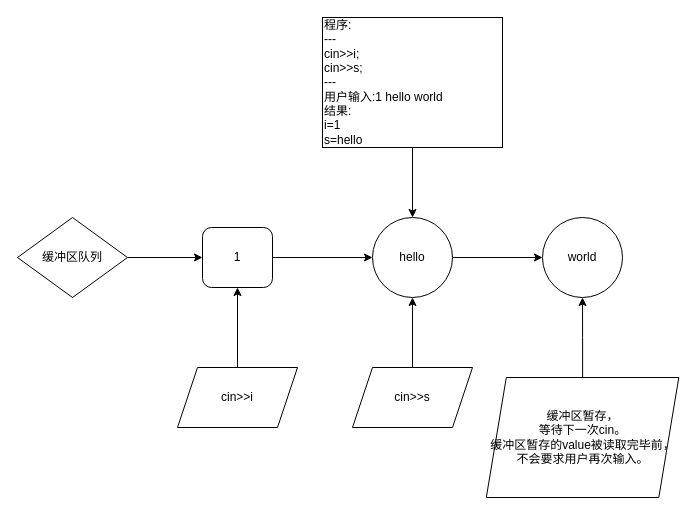
MrXnneHang/drawio keeps this draw.io diagram as 未命名绘图.drawio. Above is the earlier version. Source tidied: cells renumbered, new cells numbered last; positions are measured from the earlier drawing's top-left corner, leaving out a move shared by most shapes. Both pictures are drawn from the tidied source at 100%, with x=0, y=0 at pixel (17, 17).
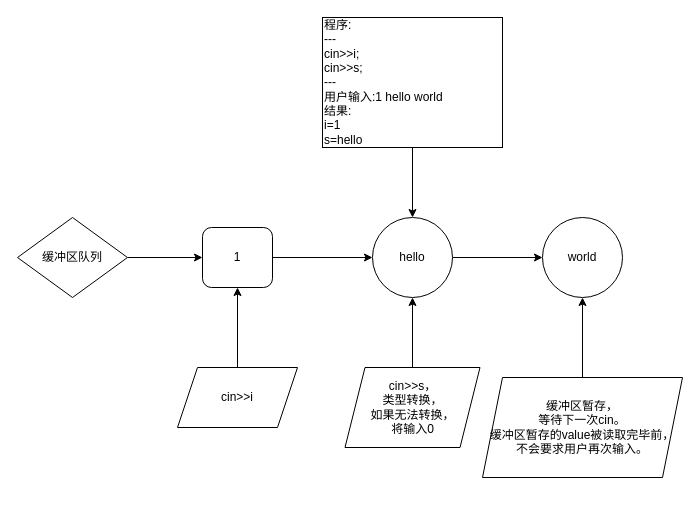
After the change.

Commit message (it also covers changes not shown here):
更新未命名绘图.drawio

Diff of the diagram source:
```diff
@@
 <mxGraphModel>
   <root>
     <mxCell id="0" />
     <mxCell id="1" parent="0" />
     <mxCell id="2" style="edgeStyle=orthogonalEdgeStyle;rounded=0;jettySize=auto;html=1;" parent="1" edge="1" source="3" target="5">
       <mxGeometry relative="1" as="geometry" />
     </mxCell>
     <mxCell id="3" value="1" style="rounded=1;whiteSpace=wrap;html=1;" parent="1" vertex="1">
       <mxGeometry x="185" y="210" width="70" height="60" as="geometry" />
     </mxCell>
     <mxCell id="4" style="edgeStyle=orthogonalEdgeStyle;rounded=0;jettySize=auto;html=1;" parent="1" edge="1" source="5" target="6">
       <mxGeometry relative="1" as="geometry" />
     </mxCell>
     <mxCell id="5" value="hello" style="ellipse;whiteSpace=wrap;html=1;" parent="1" vertex="1">
       <mxGeometry x="355" y="200" width="80" height="80" as="geometry" />
     </mxCell>
     <mxCell id="6" value="world" style="ellipse;whiteSpace=wrap;html=1;" parent="1" vertex="1">
       <mxGeometry x="525" y="200" width="80" height="80" as="geometry" />
     </mxCell>
     <mxCell id="7" style="edgeStyle=orthogonalEdgeStyle;rounded=0;jettySize=auto;html=1;" parent="1" edge="1" source="8" target="3">
       <mxGeometry relative="1" as="geometry" />
     </mxCell>
     <mxCell id="8" value="cin&amp;gt;&amp;gt;i" style="shape=parallelogram;perimeter=parallelogramPerimeter;whiteSpace=wrap;html=1;fixedSize=1;" parent="1" vertex="1">
       <mxGeometry x="160" y="350" width="120" height="60" as="geometry" />
     </mxCell>
     <mxCell id="9" style="edgeStyle=orthogonalEdgeStyle;rounded=0;jettySize=auto;html=1;" parent="1" edge="1" source="10" target="5">
       <mxGeometry relative="1" as="geometry" />
     </mxCell>
     <mxCell id="10" value="&lt;div&gt;程序:&lt;/div&gt;&lt;div&gt;---&lt;/div&gt;cin&amp;gt;&amp;gt;i;&lt;div&gt;cin&amp;gt;&amp;gt;s;&lt;/div&gt;&lt;div&gt;---&lt;/div&gt;&lt;div&gt;用户输入:1 hello world&lt;/div&gt;&lt;div&gt;结果:&lt;/div&gt;&lt;div&gt;i=1&lt;/div&gt;&lt;div&gt;s=hello&lt;/div&gt;" style="rounded=0;whiteSpace=wrap;html=1;align=left;" parent="1" vertex="1">
       <mxGeometry x="305" width="180" height="130" as="geometry" />
     </mxCell>
     <mxCell id="11" style="edgeStyle=orthogonalEdgeStyle;rounded=0;jettySize=auto;html=1;" parent="1" edge="1" source="12" target="5">
       <mxGeometry relative="1" as="geometry" />
     </mxCell>
-    <mxCell id="12" value="cin&amp;gt;&amp;gt;s" style="shape=parallelogram;perimeter=parallelogramPerimeter;whiteSpace=wrap;html=1;fixedSize=1;" parent="1" vertex="1">
-      <mxGeometry x="335" y="350" width="120" height="60" as="geometry" />
+    <mxCell id="12" value="cin&amp;gt;&amp;gt;s，&lt;div&gt;类型转换，&lt;/div&gt;&lt;div&gt;如果无法转换，&lt;/div&gt;&lt;div&gt;将输入0&lt;/div&gt;" style="shape=parallelogram;perimeter=parallelogramPerimeter;whiteSpace=wrap;html=1;fixedSize=1;" parent="1" vertex="1">
+      <mxGeometry x="327.5" y="350" width="135" height="80" as="geometry" />
     </mxCell>
     <mxCell id="13" style="edgeStyle=orthogonalEdgeStyle;rounded=0;jettySize=auto;html=1;" parent="1" edge="1" source="14" target="3">
       <mxGeometry relative="1" as="geometry" />
     </mxCell>
     <mxCell id="14" value="缓冲区队列" style="rhombus;whiteSpace=wrap;html=1;" parent="1" vertex="1">
       <mxGeometry y="200" width="110" height="80" as="geometry" />
     </mxCell>
     <mxCell id="15" style="edgeStyle=orthogonalEdgeStyle;rounded=0;jettySize=auto;html=1;" parent="1" edge="1" source="16" target="6">
       <mxGeometry relative="1" as="geometry" />
     </mxCell>
-    <mxCell id="16" value="缓冲区暂存，&lt;div&gt;等待下一次cin。&lt;/div&gt;&lt;div&gt;缓冲区暂存的value被读取完毕前，不会要求用户再次输入。&lt;/div&gt;" style="shape=parallelogram;perimeter=parallelogramPerimeter;whiteSpace=wrap;html=1;fixedSize=1;" parent="1" vertex="1">
-      <mxGeometry x="468.8" y="360" width="192.5" height="120" as="geometry" />
+    <mxCell id="16" value="缓冲区暂存，&lt;div&gt;等待下一次cin。&lt;/div&gt;&lt;div&gt;缓冲区暂存的value被读取完毕前，&lt;/div&gt;&lt;div&gt;不会要求用户再次输入。&lt;/div&gt;" style="shape=parallelogram;perimeter=parallelogramPerimeter;whiteSpace=wrap;html=1;fixedSize=1;" parent="1" vertex="1">
+      <mxGeometry x="465" y="360" width="200" height="100" as="geometry" />
     </mxCell>
   </root>
 </mxGraphModel>
```
